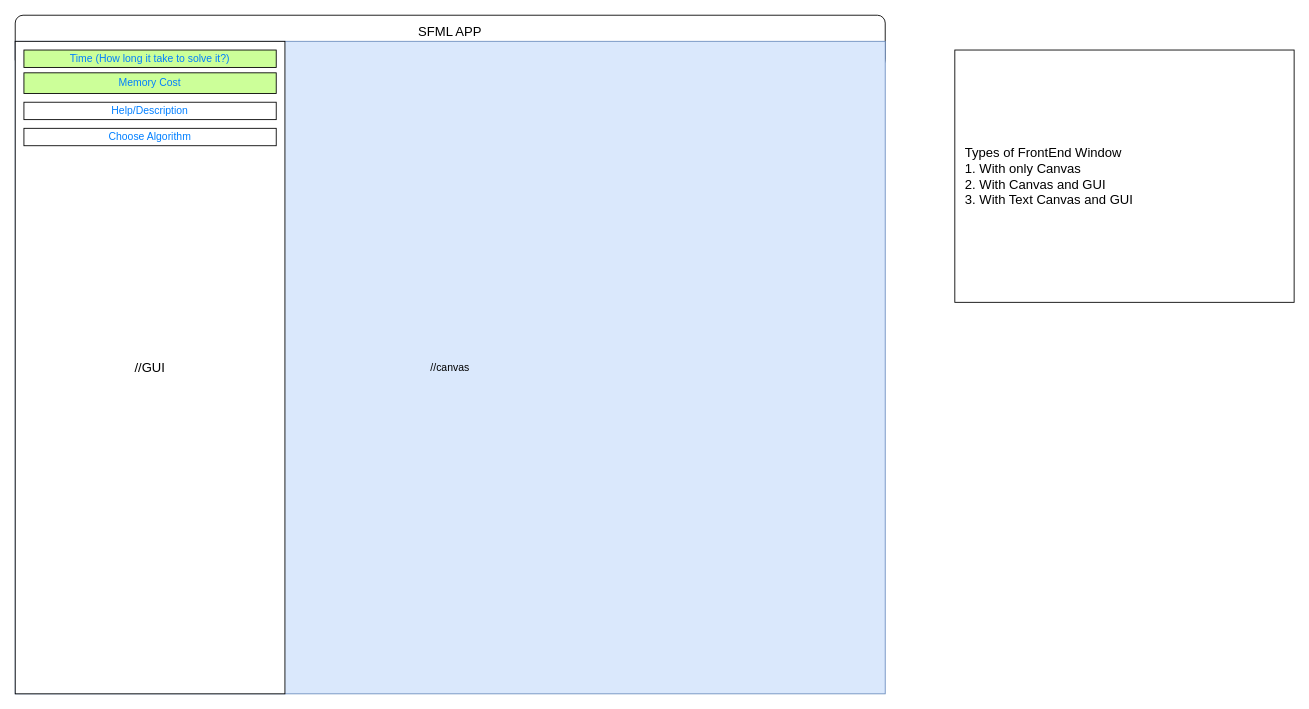
The draw.io diagram SFMLPuzzleGeneralization.drawio in NihilisticMotif/Draw10SoftwarePlanning, before the edit. Source tidied: cells renumbered, new cells numbered last; positions are measured from the earlier drawing's top-left corner, leaving out a move shared by most shapes. Both pictures are drawn from the tidied source at 87%, with x=0, y=0 at pixel (15, 15).
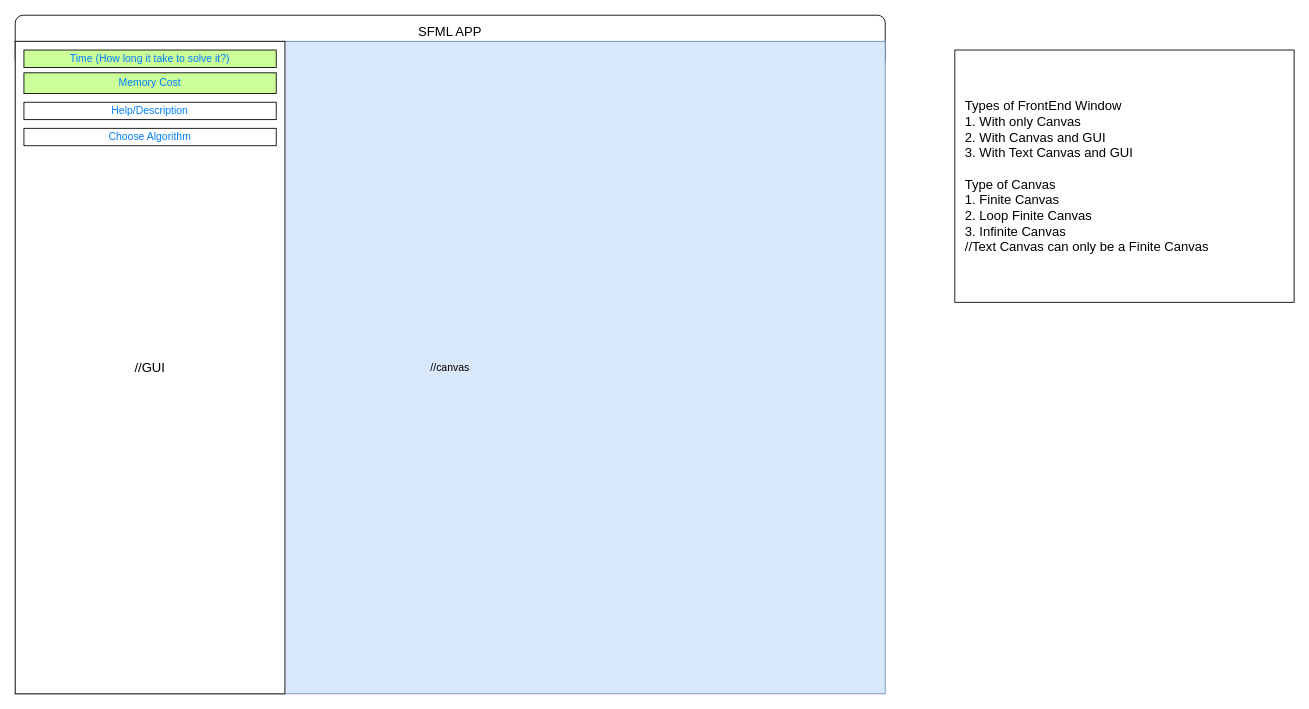
The same diagram, later.

Change to the diagram source:
```diff
@@
 <mxGraphModel>
   <root>
     <mxCell id="0" />
     <mxCell id="1" parent="0" />
     <mxCell id="2" value="SFML APP" style="rounded=1;whiteSpace=wrap;html=1;fontSize=15;spacingTop=-25;" parent="1" vertex="1">
       <mxGeometry width="1000" height="60" as="geometry" />
     </mxCell>
     <mxCell id="3" value="//canvas" style="rounded=0;whiteSpace=wrap;html=1;fillColor=#dae8fc;strokeColor=#6c8ebf;" parent="1" vertex="1">
       <mxGeometry y="30" width="1000" height="750" as="geometry" />
     </mxCell>
     <mxCell id="4" style="group;" parent="1" vertex="1">
       <mxGeometry y="30" width="310" height="750" as="geometry" />
     </mxCell>
     <mxCell id="5" value="//GUI" style="rounded=0;whiteSpace=wrap;html=1;fontSize=15;" parent="4" vertex="1">
       <mxGeometry width="310" height="750" as="geometry" />
     </mxCell>
     <mxCell id="6" value="Time (How long it take to solve it?)" style="rounded=0;whiteSpace=wrap;html=1;fontSize=12;fontColor=#007FFF;fillColor=#CCFF99;" parent="4" vertex="1">
       <mxGeometry x="10" y="10" width="290" height="20" as="geometry" />
     </mxCell>
     <mxCell id="7" value="Memory Cost" style="rounded=0;whiteSpace=wrap;html=1;fontSize=12;fontColor=#007FFF;fillColor=#CCFF99;" parent="4" vertex="1">
       <mxGeometry x="10" y="36.2" width="290" height="23.8" as="geometry" />
     </mxCell>
     <mxCell id="8" value="Help/Description" style="rounded=0;whiteSpace=wrap;html=1;fontColor=#007FFF;fillColor=#FFFFFF;" parent="4" vertex="1">
       <mxGeometry x="10" y="70" width="290" height="20" as="geometry" />
     </mxCell>
     <mxCell id="9" value="Choose Algorithm" style="rounded=0;whiteSpace=wrap;html=1;fontColor=#007FFF;fillColor=#FFFFFF;" parent="4" vertex="1">
       <mxGeometry x="10" y="100" width="290" height="20" as="geometry" />
     </mxCell>
-    <mxCell id="10" value="Types of FrontEnd Window&lt;br&gt;1. With only Canvas&lt;br&gt;2. With Canvas and GUI&lt;br&gt;3. With Text Canvas and GUI" style="rounded=0;whiteSpace=wrap;html=1;fontSize=15;align=left;spacingLeft=10;" parent="1" vertex="1">
+    <mxCell id="10" value="Types of FrontEnd Window&lt;br&gt;1. With only Canvas&lt;br&gt;2. With Canvas and GUI&lt;br&gt;3. With Text Canvas and GUI&lt;br&gt;&lt;br&gt;Type of Canvas&lt;br&gt;1. Finite Canvas&lt;br&gt;2. Loop Finite Canvas&lt;br&gt;3. Infinite Canvas&lt;br&gt;//Text Canvas can only be a Finite Canvas" style="rounded=0;whiteSpace=wrap;html=1;fontSize=15;align=left;spacingLeft=10;" parent="1" vertex="1">
       <mxGeometry x="1080" y="40" width="390" height="290" as="geometry" />
     </mxCell>
   </root>
 </mxGraphModel>
```
